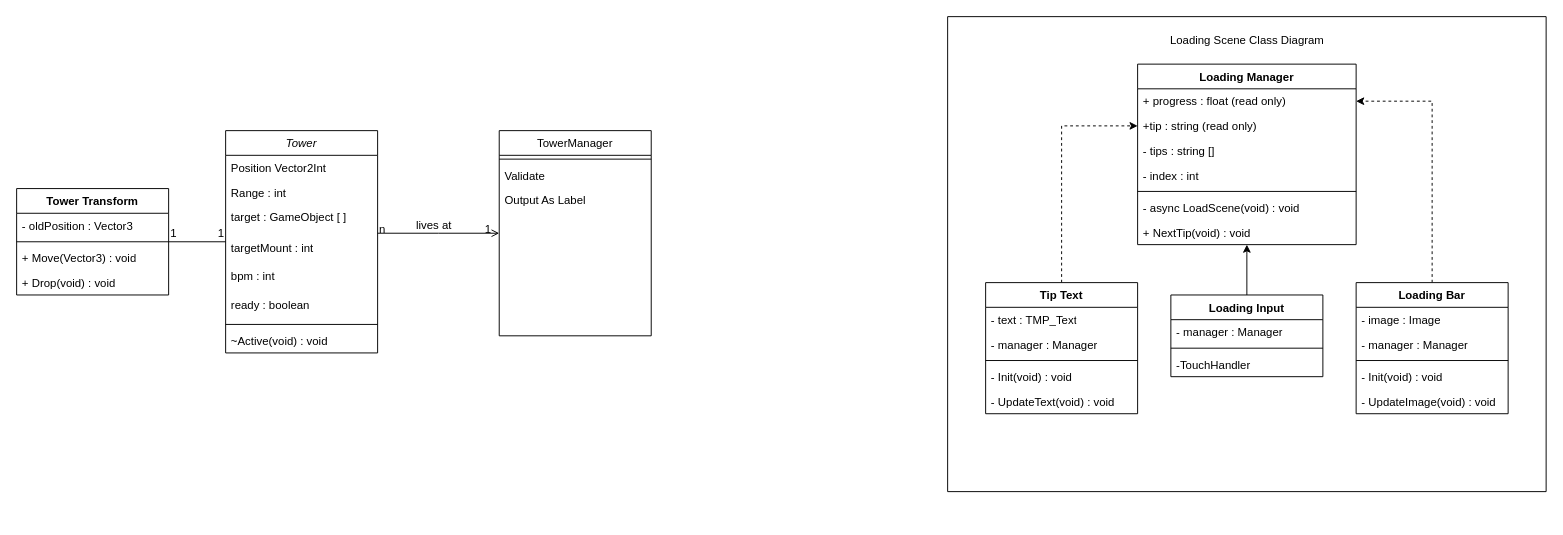
This is page "Class Diagram" (1 of 2) of 타워디펜스.drawio from DireRaven22075/EMSYS, a draw.io file, before an edit. Source tidied: cells renumbered, new cells numbered last; positions are measured from the earlier drawing's top-left corner, leaving out a move shared by most shapes. Both pictures are drawn from the tidied source at 95%, with x=0, y=0 at pixel (16, 16).
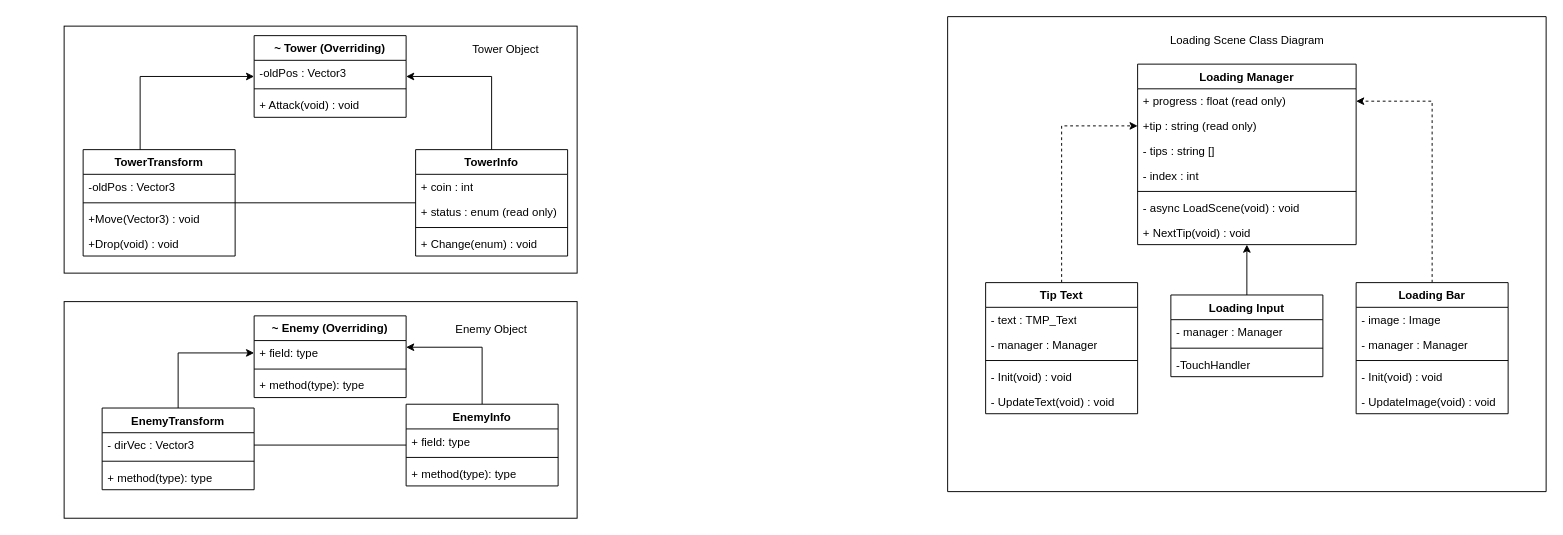
Above is the later version.

Commit message:
타워디펜스.drawio 업데이트

The change refers to these unchanged cells:
```xml
<mxCell id="29" value="+ progress : float (read only)" style="text;strokeColor=none;fillColor=none;align=left;verticalAlign=top;spacingLeft=4;spacingRight=4;overflow=hidden;points=[[0,0.5],[1,0.5]];portConstraint=eastwest;whiteSpace=wrap;html=1;" parent="28" vertex="1">
  <mxGeometry y="26" width="230" height="26" as="geometry" />
</mxCell>
<mxCell id="30" value="+tip : string (read only)" style="text;strokeColor=none;fillColor=none;align=left;verticalAlign=top;spacingLeft=4;spacingRight=4;overflow=hidden;points=[[0,0.5],[1,0.5]];portConstraint=eastwest;whiteSpace=wrap;html=1;" parent="28" vertex="1">
  <mxGeometry y="52" width="230" height="26" as="geometry" />
</mxCell>
<mxCell id="35" value="+ NextTip(void) : void" style="text;strokeColor=none;fillColor=none;align=left;verticalAlign=top;spacingLeft=4;spacingRight=4;overflow=hidden;points=[[0,0.5],[1,0.5]];portConstraint=eastwest;whiteSpace=wrap;html=1;" parent="28" vertex="1">
  <mxGeometry y="164" width="230" height="26" as="geometry" />
</mxCell>
```

Change to the diagram source:
```diff
@@
+    <mxCell id="56" style="group;" parent="1" vertex="1">
+      <mxGeometry x="50" y="10" width="540" height="260" as="geometry" />
+    </mxCell>
+    <mxCell id="57" style="rounded=0;whiteSpace=wrap;html=1;" parent="56" vertex="1">
+      <mxGeometry width="540" height="260" as="geometry" />
+    </mxCell>
+    <mxCell id="58" value="TowerInfo" style="swimlane;fontStyle=1;align=center;verticalAlign=top;horizontal=1;startSize=26;whiteSpace=wrap;html=1;" parent="56" vertex="1">
+      <mxGeometry x="370" y="130" width="160" height="112" as="geometry" />
+    </mxCell>
+    <mxCell id="59" value="+ coin : int" style="text;strokeColor=none;fillColor=none;align=left;verticalAlign=top;spacingLeft=4;spacingRight=4;overflow=hidden;whiteSpace=wrap;html=1;" parent="58" vertex="1">
+      <mxGeometry y="26" width="160" height="26" as="geometry" />
+    </mxCell>
+    <mxCell id="60" value="+ status : enum (read only)" style="text;strokeColor=none;fillColor=none;align=left;verticalAlign=top;spacingLeft=4;spacingRight=4;overflow=hidden;whiteSpace=wrap;html=1;" parent="58" vertex="1">
+      <mxGeometry y="52" width="160" height="26" as="geometry" />
+    </mxCell>
+    <mxCell id="61" style="line;strokeWidth=1;fillColor=none;align=left;verticalAlign=middle;spacingTop=-1;spacingLeft=3;spacingRight=3;labelPosition=right;strokeColor=inherit;" parent="58" vertex="1">
+      <mxGeometry y="78" width="160" height="8" as="geometry" />
+    </mxCell>
+    <mxCell id="62" value="+ Change(enum) : void" style="text;strokeColor=none;fillColor=none;align=left;verticalAlign=top;spacingLeft=4;spacingRight=4;overflow=hidden;whiteSpace=wrap;html=1;" parent="58" vertex="1">
+      <mxGeometry y="86" width="160" height="26" as="geometry" />
+    </mxCell>
+    <mxCell id="63" style="edgeStyle=orthogonalEdgeStyle;rounded=0;jettySize=auto;html=1;endArrow=none;endFill=0;" parent="56" edge="1" source="64" target="58">
+      <mxGeometry relative="1" as="geometry" />
+    </mxCell>
+    <mxCell id="64" value="TowerTransform" style="swimlane;fontStyle=1;align=center;verticalAlign=top;horizontal=1;startSize=26;whiteSpace=wrap;html=1;" parent="56" vertex="1">
+      <mxGeometry x="20" y="130" width="160" height="112" as="geometry" />
+    </mxCell>
+    <mxCell id="65" value="-oldPos : Vector3" style="text;strokeColor=none;fillColor=none;align=left;verticalAlign=top;spacingLeft=4;spacingRight=4;overflow=hidden;whiteSpace=wrap;html=1;" parent="64" vertex="1">
+      <mxGeometry y="26" width="160" height="26" as="geometry" />
+    </mxCell>
+    <mxCell id="66" style="line;strokeWidth=1;fillColor=none;align=left;verticalAlign=middle;spacingTop=-1;spacingLeft=3;spacingRight=3;labelPosition=right;strokeColor=inherit;" parent="64" vertex="1">
+      <mxGeometry y="52" width="160" height="8" as="geometry" />
+    </mxCell>
+    <mxCell id="67" value="+Move(Vector3) : void" style="text;strokeColor=none;fillColor=none;align=left;verticalAlign=top;spacingLeft=4;spacingRight=4;overflow=hidden;whiteSpace=wrap;html=1;" parent="64" vertex="1">
+      <mxGeometry y="60" width="160" height="26" as="geometry" />
+    </mxCell>
+    <mxCell id="68" value="+Drop(void) : void" style="text;strokeColor=none;fillColor=none;align=left;verticalAlign=top;spacingLeft=4;spacingRight=4;overflow=hidden;whiteSpace=wrap;html=1;" parent="64" vertex="1">
+      <mxGeometry y="86" width="160" height="26" as="geometry" />
+    </mxCell>
+    <mxCell id="69" value="~ Tower (Overriding)" style="swimlane;fontStyle=1;align=center;verticalAlign=top;horizontal=1;startSize=26;whiteSpace=wrap;html=1;" parent="56" vertex="1">
+      <mxGeometry x="200" y="10" width="160" height="86" as="geometry" />
+    </mxCell>
+    <mxCell id="70" value="-oldPos : Vector3" style="text;strokeColor=none;fillColor=none;align=left;verticalAlign=top;spacingLeft=4;spacingRight=4;overflow=hidden;whiteSpace=wrap;html=1;" parent="69" vertex="1">
+      <mxGeometry y="26" width="160" height="26" as="geometry" />
+    </mxCell>
+    <mxCell id="71" style="line;strokeWidth=1;fillColor=none;align=left;verticalAlign=middle;spacingTop=-1;spacingLeft=3;spacingRight=3;labelPosition=right;strokeColor=inherit;" parent="69" vertex="1">
+      <mxGeometry y="52" width="160" height="8" as="geometry" />
+    </mxCell>
+    <mxCell id="72" value="+ Attack(void) : void" style="text;strokeColor=none;fillColor=none;align=left;verticalAlign=top;spacingLeft=4;spacingRight=4;overflow=hidden;whiteSpace=wrap;html=1;" parent="69" vertex="1">
+      <mxGeometry y="60" width="160" height="26" as="geometry" />
+    </mxCell>
+    <mxCell id="73" style="edgeStyle=orthogonalEdgeStyle;rounded=0;jettySize=auto;html=1;" parent="56" edge="1" source="58" target="69">
+      <mxGeometry relative="1" as="geometry">
+        <Array as="points">
+          <mxPoint x="450" y="53" />
+        </Array>
+      </mxGeometry>
+    </mxCell>
+    <mxCell id="74" style="edgeStyle=orthogonalEdgeStyle;rounded=0;jettySize=auto;html=1;" parent="56" edge="1" source="64" target="69">
+      <mxGeometry relative="1" as="geometry">
+        <Array as="points">
+          <mxPoint x="80" y="53" />
+        </Array>
+      </mxGeometry>
+    </mxCell>
+    <mxCell id="75" value="Tower Object" style="text;html=1;strokeColor=none;fillColor=none;align=center;verticalAlign=middle;whiteSpace=wrap;rounded=0;" parent="56" vertex="1">
+      <mxGeometry x="400" y="10" width="130" height="30" as="geometry" />
+    </mxCell>
+    <mxCell id="76" style="group;" parent="1" vertex="1">
+      <mxGeometry x="980" width="630" height="500" as="geometry" />
+    </mxCell>
-    <mxCell id="2" style="verticalLabelPosition=bottom;verticalAlign=top;html=1;shape=mxgraph.basic.rect;fillColor2=none;strokeWidth=1;size=20;indent=5;" parent="1" vertex="1">
-      <mxGeometry x="980" width="630" height="500" as="geometry" />
+    <mxCell id="2" style="verticalLabelPosition=bottom;verticalAlign=top;html=1;shape=mxgraph.basic.rect;fillColor2=none;strokeWidth=1;size=20;indent=5;" parent="76" vertex="1">
+      <mxGeometry width="630" height="500" as="geometry" />
     </mxCell>
-    <mxCell id="3" value="Tower" style="swimlane;fontStyle=2;align=center;verticalAlign=top;horizontal=1;startSize=26;rounded=0;shadow=0;strokeWidth=1;" parent="1" vertex="1">
-      <mxGeometry x="220" y="120" width="160" height="234" as="geometry" />
-    </mxCell>
-    <mxCell id="4" value="Position Vector2Int" style="text;align=left;verticalAlign=top;spacingLeft=4;spacingRight=4;overflow=hidden;" parent="3" vertex="1">
-      <mxGeometry y="26" width="160" height="26" as="geometry" />
-    </mxCell>
-    <mxCell id="5" value="Range : int" style="text;align=left;verticalAlign=top;spacingLeft=4;spacingRight=4;overflow=hidden;rounded=0;shadow=0;html=0;" parent="3" vertex="1">
-      <mxGeometry y="52" width="160" height="26" as="geometry" />
-    </mxCell>
-    <mxCell id="6" value="target : GameObject [ ] &#10;" style="text;align=left;verticalAlign=top;spacingLeft=4;spacingRight=4;overflow=hidden;rounded=0;shadow=0;html=0;" parent="3" vertex="1">
-      <mxGeometry y="78" width="160" height="32" as="geometry" />
-    </mxCell>
-    <mxCell id="7" value="targetMount : int" style="text;align=left;verticalAlign=top;spacingLeft=4;spacingRight=4;overflow=hidden;rounded=0;shadow=0;html=0;" parent="3" vertex="1">
-      <mxGeometry y="110" width="160" height="30" as="geometry" />
-    </mxCell>
-    <mxCell id="8" value="bpm : int" style="text;align=left;verticalAlign=top;spacingLeft=4;spacingRight=4;overflow=hidden;rounded=0;shadow=0;html=0;" parent="3" vertex="1">
-      <mxGeometry y="140" width="160" height="30" as="geometry" />
-    </mxCell>
-    <mxCell id="9" value="ready : boolean" style="text;align=left;verticalAlign=top;spacingLeft=4;spacingRight=4;overflow=hidden;rounded=0;shadow=0;html=0;" parent="3" vertex="1">
-      <mxGeometry y="170" width="160" height="30" as="geometry" />
-    </mxCell>
-    <mxCell id="10" style="line;html=1;strokeWidth=1;align=left;verticalAlign=middle;spacingTop=-1;spacingLeft=3;spacingRight=3;labelPosition=right;" parent="3" vertex="1">
-      <mxGeometry y="200" width="160" height="8" as="geometry" />
-    </mxCell>
-    <mxCell id="11" value="~Active(void) : void" style="text;align=left;verticalAlign=top;spacingLeft=4;spacingRight=4;overflow=hidden;" parent="3" vertex="1">
-      <mxGeometry y="208" width="160" height="26" as="geometry" />
-    </mxCell>
-    <mxCell id="12" value="TowerManager" style="swimlane;fontStyle=0;align=center;verticalAlign=top;horizontal=1;startSize=26;rounded=0;shadow=0;strokeWidth=1;" parent="1" vertex="1">
-      <mxGeometry x="508" y="120" width="160" height="216" as="geometry" />
-    </mxCell>
-    <mxCell id="13" style="line;html=1;strokeWidth=1;align=left;verticalAlign=middle;spacingTop=-1;spacingLeft=3;spacingRight=3;labelPosition=right;" parent="12" vertex="1">
-      <mxGeometry y="26" width="160" height="8" as="geometry" />
-    </mxCell>
-    <mxCell id="14" value="Validate" style="text;align=left;verticalAlign=top;spacingLeft=4;spacingRight=4;overflow=hidden;" parent="12" vertex="1">
-      <mxGeometry y="34" width="160" height="26" as="geometry" />
-    </mxCell>
-    <mxCell id="15" value="Output As Label" style="text;align=left;verticalAlign=top;spacingLeft=4;spacingRight=4;overflow=hidden;" parent="12" vertex="1">
-      <mxGeometry y="60" width="160" height="26" as="geometry" />
-    </mxCell>
-    <mxCell id="16" style="endArrow=open;shadow=0;strokeWidth=1;rounded=0;endFill=1;edgeStyle=elbowEdgeStyle;elbow=vertical;" parent="1" edge="1" source="3" target="12">
-      <mxGeometry x="0.5" y="41" relative="1" as="geometry">
-        <mxPoint x="-40" y="32" as="offset" />
-      </mxGeometry>
-    </mxCell>
-    <mxCell id="17" value="n" style="align=left;verticalAlign=bottom;labelBackgroundColor=none;fontSize=12;" parent="16" vertex="1">
-      <mxGeometry x="-1" relative="1" as="geometry">
-        <mxPoint y="4" as="offset" />
-      </mxGeometry>
-    </mxCell>
-    <mxCell id="18" value="1" style="align=right;verticalAlign=bottom;labelBackgroundColor=none;fontSize=12;" parent="16" vertex="1">
-      <mxGeometry x="1" relative="1" as="geometry">
-        <mxPoint x="-7" y="4" as="offset" />
-      </mxGeometry>
-    </mxCell>
-    <mxCell id="19" value="lives at" style="text;html=1;align=center;verticalAlign=middle;labelBackgroundColor=none;rounded=0;shadow=0;strokeWidth=1;fontSize=12;" parent="16" vertex="1">
-      <mxGeometry x="0.5" y="49" relative="1" as="geometry">
-        <mxPoint x="-38" y="40" as="offset" />
-      </mxGeometry>
-    </mxCell>
-    <mxCell id="20" style="edgeStyle=orthogonalEdgeStyle;rounded=0;jettySize=auto;html=1;endArrow=none;endFill=0;" parent="1" edge="1" source="21" target="3">
-      <mxGeometry relative="1" as="geometry" />
-    </mxCell>
-    <mxCell id="21" value="Tower Transform" style="swimlane;fontStyle=1;align=center;verticalAlign=top;horizontal=1;startSize=26;whiteSpace=wrap;html=1;" parent="1" vertex="1">
-      <mxGeometry y="181" width="160" height="112" as="geometry" />
-    </mxCell>
-    <mxCell id="22" value="- oldPosition : Vector3" style="text;strokeColor=none;fillColor=none;align=left;verticalAlign=top;spacingLeft=4;spacingRight=4;overflow=hidden;whiteSpace=wrap;html=1;" parent="21" vertex="1">
-      <mxGeometry y="26" width="160" height="26" as="geometry" />
-    </mxCell>
-    <mxCell id="23" style="line;strokeWidth=1;fillColor=none;align=left;verticalAlign=middle;spacingTop=-1;spacingLeft=3;spacingRight=3;labelPosition=right;strokeColor=inherit;" parent="21" vertex="1">
-      <mxGeometry y="52" width="160" height="8" as="geometry" />
-    </mxCell>
-    <mxCell id="24" value="+ Move(Vector3) : void" style="text;strokeColor=none;fillColor=none;align=left;verticalAlign=top;spacingLeft=4;spacingRight=4;overflow=hidden;whiteSpace=wrap;html=1;" parent="21" vertex="1">
-      <mxGeometry y="60" width="160" height="26" as="geometry" />
-    </mxCell>
-    <mxCell id="25" value="+ Drop(void) : void" style="text;strokeColor=none;fillColor=none;align=left;verticalAlign=top;spacingLeft=4;spacingRight=4;overflow=hidden;whiteSpace=wrap;html=1;" parent="21" vertex="1">
-      <mxGeometry y="86" width="160" height="26" as="geometry" />
-    </mxCell>
-    <mxCell id="26" value="1" style="text;html=1;align=center;verticalAlign=middle;strokeColor=none;fillColor=none;" parent="1" vertex="1">
-      <mxGeometry x="150" y="213" width="30" height="30" as="geometry" />
-    </mxCell>
-    <mxCell id="27" value="1" style="text;html=1;align=center;verticalAlign=middle;strokeColor=none;fillColor=none;" parent="1" vertex="1">
-      <mxGeometry x="200" y="213" width="30" height="30" as="geometry" />
-    </mxCell>
-    <mxCell id="28" value="Loading Manager" style="swimlane;fontStyle=1;align=center;verticalAlign=top;horizontal=1;startSize=26;whiteSpace=wrap;html=1;" parent="1" vertex="1">
-      <mxGeometry x="1180" y="50" width="230" height="190" as="geometry" />
+    <mxCell id="28" value="Loading Manager" style="swimlane;fontStyle=1;align=center;verticalAlign=top;horizontal=1;startSize=26;whiteSpace=wrap;html=1;" parent="76" vertex="1">
+      <mxGeometry x="200" y="50" width="230" height="190" as="geometry" />
     </mxCell>
@@
-    <mxCell id="36" style="edgeStyle=orthogonalEdgeStyle;rounded=0;jettySize=auto;html=1;exitX=0.5;exitY=0;exitDx=0;exitDy=0;dashed=1;" parent="1" edge="1" source="37" target="30">
+    <mxCell id="36" style="edgeStyle=orthogonalEdgeStyle;rounded=0;jettySize=auto;html=1;exitX=0.5;exitY=0;exitDx=0;exitDy=0;dashed=1;" parent="76" edge="1" source="37" target="30">
       <mxGeometry relative="1" as="geometry" />
     </mxCell>
-    <mxCell id="37" value="Tip Text" style="swimlane;fontStyle=1;align=center;verticalAlign=top;horizontal=1;startSize=26;whiteSpace=wrap;html=1;" parent="1" vertex="1">
-      <mxGeometry x="1020" y="280" width="160" height="138" as="geometry" />
+    <mxCell id="37" value="Tip Text" style="swimlane;fontStyle=1;align=center;verticalAlign=top;horizontal=1;startSize=26;whiteSpace=wrap;html=1;" parent="76" vertex="1">
+      <mxGeometry x="40" y="280" width="160" height="138" as="geometry" />
     </mxCell>
@@
-    <mxCell id="43" style="edgeStyle=orthogonalEdgeStyle;rounded=0;jettySize=auto;html=1;dashed=1;" parent="1" edge="1" source="44" target="29">
+    <mxCell id="43" style="edgeStyle=orthogonalEdgeStyle;rounded=0;jettySize=auto;html=1;dashed=1;" parent="76" edge="1" source="44" target="29">
       <mxGeometry relative="1" as="geometry" />
     </mxCell>
-    <mxCell id="44" value="Loading Bar" style="swimlane;fontStyle=1;align=center;verticalAlign=top;horizontal=1;startSize=26;whiteSpace=wrap;html=1;" parent="1" vertex="1">
-      <mxGeometry x="1410" y="280" width="160" height="138" as="geometry" />
+    <mxCell id="44" value="Loading Bar" style="swimlane;fontStyle=1;align=center;verticalAlign=top;horizontal=1;startSize=26;whiteSpace=wrap;html=1;" parent="76" vertex="1">
+      <mxGeometry x="430" y="280" width="160" height="138" as="geometry" />
     </mxCell>
@@
-    <mxCell id="50" style="edgeStyle=orthogonalEdgeStyle;rounded=0;jettySize=auto;html=1;exitX=0.5;exitY=0;exitDx=0;exitDy=0;" parent="1" edge="1" source="51" target="35">
+    <mxCell id="50" style="edgeStyle=orthogonalEdgeStyle;rounded=0;jettySize=auto;html=1;exitX=0.5;exitY=0;exitDx=0;exitDy=0;" parent="76" edge="1" source="51" target="35">
       <mxGeometry relative="1" as="geometry">
         <Array as="points">
-          <mxPoint x="1295" y="250" />
-          <mxPoint x="1295" y="250" />
+          <mxPoint x="315" y="250" />
+          <mxPoint x="315" y="250" />
         </Array>
       </mxGeometry>
     </mxCell>
-    <mxCell id="51" value="Loading Input" style="swimlane;fontStyle=1;align=center;verticalAlign=top;horizontal=1;startSize=26;whiteSpace=wrap;html=1;" parent="1" vertex="1">
-      <mxGeometry x="1215" y="293" width="160" height="86" as="geometry" />
+    <mxCell id="51" value="Loading Input" style="swimlane;fontStyle=1;align=center;verticalAlign=top;horizontal=1;startSize=26;whiteSpace=wrap;html=1;" parent="76" vertex="1">
+      <mxGeometry x="235" y="293" width="160" height="86" as="geometry" />
     </mxCell>
@@
-    <mxCell id="55" value="Loading Scene Class Diagram" style="text;html=1;align=center;verticalAlign=middle;strokeColor=none;fillColor=none;" parent="1" vertex="1">
-      <mxGeometry x="1200" y="10" width="190" height="30" as="geometry" />
+    <mxCell id="55" value="Loading Scene Class Diagram" style="text;html=1;align=center;verticalAlign=middle;strokeColor=none;fillColor=none;" parent="76" vertex="1">
+      <mxGeometry x="220" y="10" width="190" height="30" as="geometry" />
     </mxCell>
+    <mxCell id="77" style="group;" parent="1" vertex="1">
+      <mxGeometry x="50" y="300" width="540" height="228" as="geometry" />
+    </mxCell>
+    <mxCell id="78" style="rounded=0;whiteSpace=wrap;html=1;" parent="77" vertex="1">
+      <mxGeometry width="540" height="228" as="geometry" />
+    </mxCell>
+    <mxCell id="79" value="~ Enemy (Overriding)" style="swimlane;fontStyle=1;align=center;verticalAlign=top;horizontal=1;startSize=26;whiteSpace=wrap;html=1;" parent="77" vertex="1">
+      <mxGeometry x="200" y="15" width="160" height="86" as="geometry" />
+    </mxCell>
+    <mxCell id="80" value="+ field: type" style="text;strokeColor=none;fillColor=none;align=left;verticalAlign=top;spacingLeft=4;spacingRight=4;overflow=hidden;points=[[0,0.5],[1,0.5]];portConstraint=eastwest;whiteSpace=wrap;html=1;" parent="79" vertex="1">
+      <mxGeometry y="26" width="160" height="26" as="geometry" />
+    </mxCell>
+    <mxCell id="81" style="line;strokeWidth=1;fillColor=none;align=left;verticalAlign=middle;spacingTop=-1;spacingLeft=3;spacingRight=3;labelPosition=right;strokeColor=inherit;" parent="79" vertex="1">
+      <mxGeometry y="52" width="160" height="8" as="geometry" />
+    </mxCell>
+    <mxCell id="82" value="+ method(type): type" style="text;strokeColor=none;fillColor=none;align=left;verticalAlign=top;spacingLeft=4;spacingRight=4;overflow=hidden;whiteSpace=wrap;html=1;" parent="79" vertex="1">
+      <mxGeometry y="60" width="160" height="26" as="geometry" />
+    </mxCell>
+    <mxCell id="83" style="edgeStyle=orthogonalEdgeStyle;rounded=0;jettySize=auto;html=1;entryX=0;entryY=0.5;entryDx=0;entryDy=0;" parent="77" edge="1" source="84" target="80">
+      <mxGeometry relative="1" as="geometry" />
+    </mxCell>
+    <mxCell id="84" value="EnemyTransform" style="swimlane;fontStyle=1;align=center;verticalAlign=top;horizontal=1;startSize=26;whiteSpace=wrap;html=1;" parent="77" vertex="1">
+      <mxGeometry x="40" y="112" width="160" height="86" as="geometry" />
+    </mxCell>
+    <mxCell id="85" value="- dirVec : Vector3" style="text;strokeColor=none;fillColor=none;align=left;verticalAlign=top;spacingLeft=4;spacingRight=4;overflow=hidden;points=[[0,0.5],[1,0.5]];portConstraint=eastwest;whiteSpace=wrap;html=1;" parent="84" vertex="1">
+      <mxGeometry y="26" width="160" height="26" as="geometry" />
+    </mxCell>
+    <mxCell id="86" style="line;strokeWidth=1;fillColor=none;align=left;verticalAlign=middle;spacingTop=-1;spacingLeft=3;spacingRight=3;labelPosition=right;strokeColor=inherit;" parent="84" vertex="1">
+      <mxGeometry y="52" width="160" height="8" as="geometry" />
+    </mxCell>
+    <mxCell id="87" value="+ method(type): type" style="text;strokeColor=none;fillColor=none;align=left;verticalAlign=top;spacingLeft=4;spacingRight=4;overflow=hidden;whiteSpace=wrap;html=1;" parent="84" vertex="1">
+      <mxGeometry y="60" width="160" height="26" as="geometry" />
+    </mxCell>
+    <mxCell id="88" style="edgeStyle=orthogonalEdgeStyle;rounded=0;jettySize=auto;html=1;" parent="77" edge="1" source="89" target="79">
+      <mxGeometry relative="1" as="geometry">
+        <Array as="points">
+          <mxPoint x="440" y="48" />
+        </Array>
+      </mxGeometry>
+    </mxCell>
+    <mxCell id="89" value="EnemyInfo" style="swimlane;fontStyle=1;align=center;verticalAlign=top;horizontal=1;startSize=26;whiteSpace=wrap;html=1;" parent="77" vertex="1">
+      <mxGeometry x="360" y="108" width="160" height="86" as="geometry" />
+    </mxCell>
+    <mxCell id="90" value="+ field: type" style="text;strokeColor=none;fillColor=none;align=left;verticalAlign=top;spacingLeft=4;spacingRight=4;overflow=hidden;whiteSpace=wrap;html=1;" parent="89" vertex="1">
+      <mxGeometry y="26" width="160" height="26" as="geometry" />
+    </mxCell>
+    <mxCell id="91" style="line;strokeWidth=1;fillColor=none;align=left;verticalAlign=middle;spacingTop=-1;spacingLeft=3;spacingRight=3;labelPosition=right;strokeColor=inherit;" parent="89" vertex="1">
+      <mxGeometry y="52" width="160" height="8" as="geometry" />
+    </mxCell>
+    <mxCell id="92" value="+ method(type): type" style="text;strokeColor=none;fillColor=none;align=left;verticalAlign=top;spacingLeft=4;spacingRight=4;overflow=hidden;whiteSpace=wrap;html=1;" parent="89" vertex="1">
+      <mxGeometry y="60" width="160" height="26" as="geometry" />
+    </mxCell>
+    <mxCell id="93" style="edgeStyle=orthogonalEdgeStyle;rounded=0;jettySize=auto;html=1;endArrow=none;endFill=0;" parent="77" edge="1" source="85" target="89">
+      <mxGeometry relative="1" as="geometry" />
+    </mxCell>
+    <mxCell id="94" value="Enemy Object" style="text;html=1;strokeColor=none;fillColor=none;align=center;verticalAlign=middle;whiteSpace=wrap;rounded=0;" parent="77" vertex="1">
+      <mxGeometry x="380" y="15" width="140" height="30" as="geometry" />
+    </mxCell>
```
